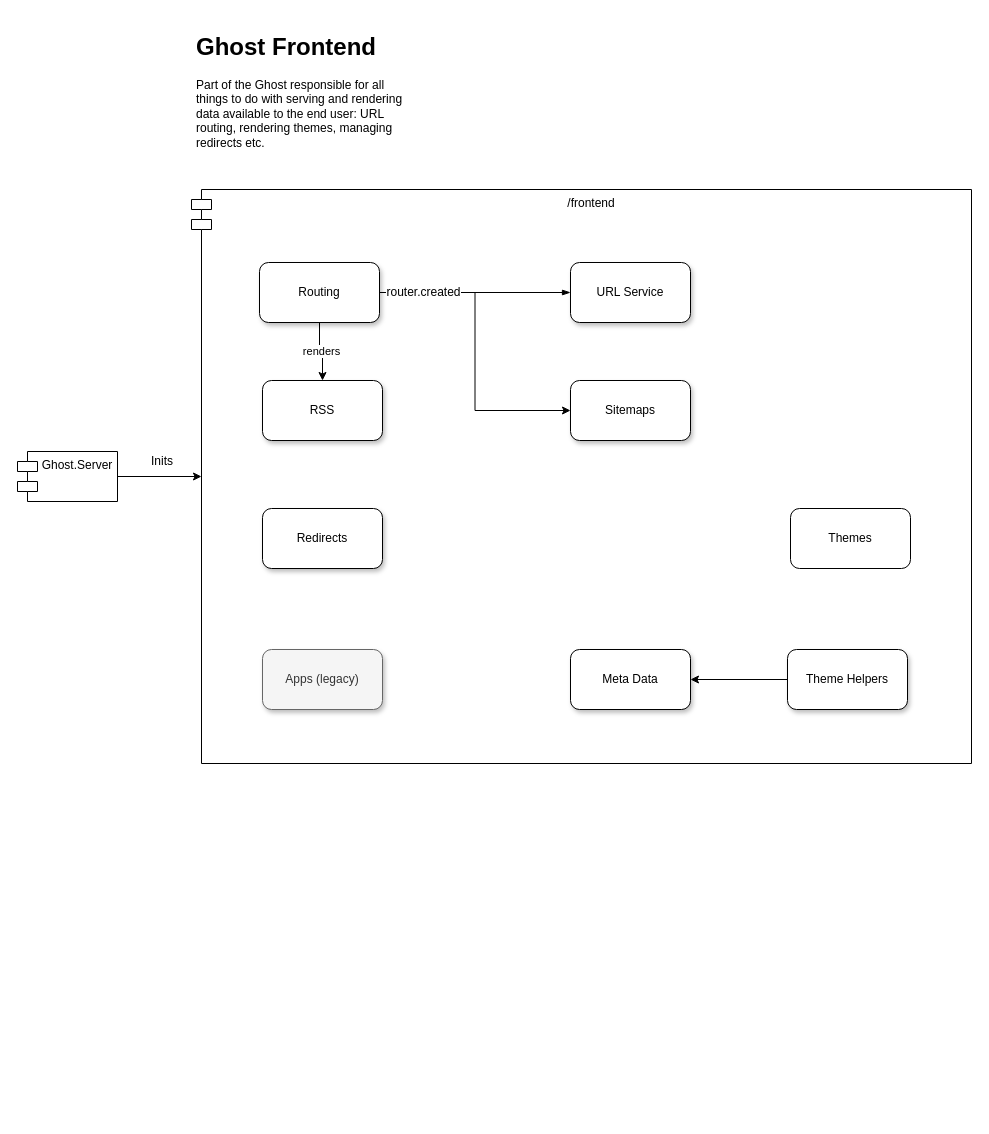
This is page "Frontend" (5 of 11) of ghost.drawio from TryGhost/architecture-diagrams, a draw.io file, before an edit. Source tidied: cells renumbered, new cells numbered last; positions are measured from the earlier drawing's top-left corner, leaving out a move shared by most shapes. Both pictures are drawn from the tidied source at 100%, with x=0, y=0 at pixel (17, 27).
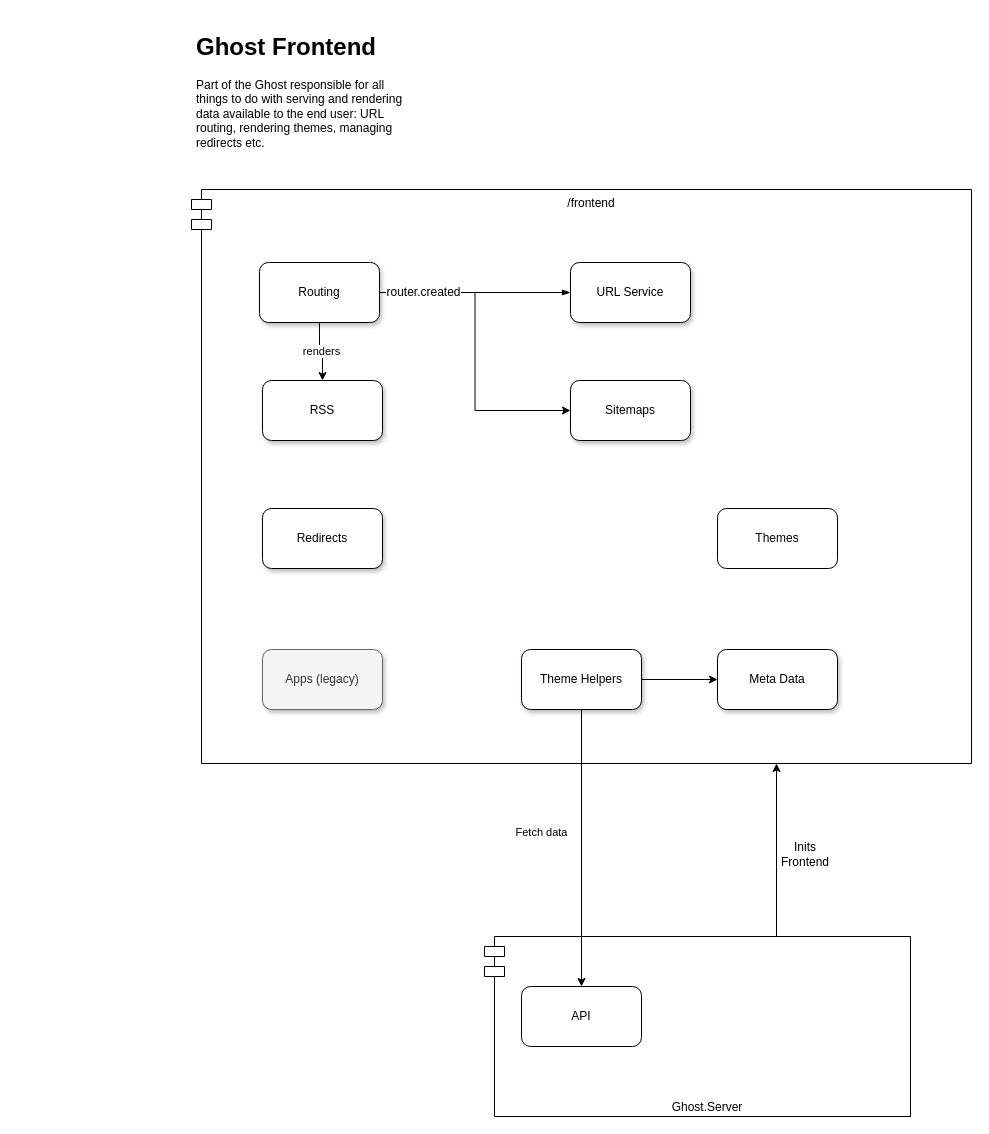
After the change.

Commit message (it also covers changes not shown here):
Added connection between frontend helpers and Ghost API

The change refers to these unchanged cells:
```xml
<mxCell id="2" value="/frontend" style="shape=module;align=left;spacingLeft=20;align=center;verticalAlign=top;" parent="1" vertex="1">
  <mxGeometry x="174" y="162" width="780" height="574" as="geometry" />
</mxCell>
```

Change to the diagram source:
```diff
@@
     <mxCell id="5" value="Theme Helpers" style="rounded=1;whiteSpace=wrap;html=1;shadow=1;glass=0;comic=0;" parent="1" vertex="1">
-      <mxGeometry x="770" y="622" width="120" height="60" as="geometry" />
+      <mxGeometry x="504" y="622" width="120" height="60" as="geometry" />
     </mxCell>
     <mxCell id="6" value="Meta Data" style="rounded=1;whiteSpace=wrap;html=1;shadow=1;glass=0;comic=0;" parent="1" vertex="1">
-      <mxGeometry x="553" y="622" width="120" height="60" as="geometry" />
+      <mxGeometry x="700" y="622" width="120" height="60" as="geometry" />
     </mxCell>
@@
     <mxCell id="15" value="Themes" style="rounded=1;whiteSpace=wrap;html=1;" parent="1" vertex="1">
-      <mxGeometry x="773" y="481" width="120" height="60" as="geometry" />
+      <mxGeometry x="700" y="481" width="120" height="60" as="geometry" />
     </mxCell>
@@
+    <mxCell id="18" value="Ghost.Server" style="shape=module;align=right;spacingLeft=20;align=center;verticalAlign=bottom;" parent="1" vertex="1">
+      <mxGeometry x="467" y="909" width="426" height="180" as="geometry" />
+    </mxCell>
+    <mxCell id="20" style="group;" parent="1" vertex="1">
+      <mxGeometry x="756" y="817" width="64" height="20" as="geometry" />
+    </mxCell>
-    <mxCell id="17" style="edgeStyle=orthogonalEdgeStyle;rounded=0;jettySize=auto;html=1;startSize=6;endSize=6;entryX=0;entryY=0.5;entryDx=10;entryDy=0;entryPerimeter=0;" parent="1" edge="1" source="18" target="2">
-      <mxGeometry relative="1" as="geometry" />
+    <mxCell id="17" style="edgeStyle=orthogonalEdgeStyle;rounded=0;jettySize=auto;html=1;startSize=6;endSize=6;entryX=0.75;entryY=1;entryDx=0;entryDy=0;exitX=1;exitY=0;exitDx=0;exitDy=0;" parent="20" edge="1" source="18" target="2">
+      <mxGeometry relative="1" as="geometry">
+        <Array as="points">
+          <mxPoint x="3" y="92" />
+        </Array>
+      </mxGeometry>
     </mxCell>
-    <mxCell id="18" value="Ghost.Server" style="shape=module;align=left;spacingLeft=20;align=center;verticalAlign=top;" parent="1" vertex="1">
-      <mxGeometry y="424" width="100" height="50" as="geometry" />
-    </mxCell>
-    <mxCell id="19" value="Inits" style="text;html=1;strokeColor=none;fillColor=none;align=center;verticalAlign=middle;whiteSpace=wrap;rounded=0;" parent="1" vertex="1">
-      <mxGeometry x="125" y="424" width="40" height="20" as="geometry" />
+    <mxCell id="19" value="Inits Frontend" style="text;html=1;strokeColor=none;fillColor=none;align=center;verticalAlign=middle;whiteSpace=wrap;rounded=0;" parent="20" vertex="1">
+      <mxGeometry width="64" height="20" as="geometry" />
     </mxCell>
+    <mxCell id="21" value="API" style="rounded=1;whiteSpace=wrap;html=1;align=center;" parent="1" vertex="1">
+      <mxGeometry x="504" y="959" width="120" height="60" as="geometry" />
+    </mxCell>
+    <mxCell id="22" style="edgeStyle=orthogonalEdgeStyle;rounded=0;jettySize=auto;html=1;exitX=0.5;exitY=1;exitDx=0;exitDy=0;" parent="1" edge="1" source="5" target="21">
+      <mxGeometry relative="1" as="geometry" />
+    </mxCell>
+    <mxCell id="23" value="Fetch data" style="edgeLabel;html=1;align=center;verticalAlign=middle;" parent="22" vertex="1">
+      <mxGeometry x="-0.11" y="-2" relative="1" as="geometry">
+        <mxPoint x="-39" y="-1" as="offset" />
+      </mxGeometry>
+    </mxCell>
```
